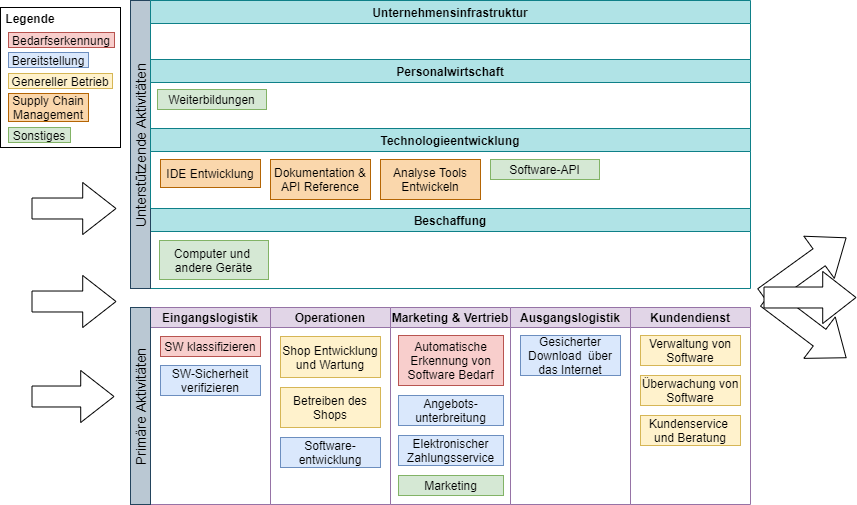
hesty98/bachelorthesis keeps this draw.io diagram as Ausarbeitung/text/pictures/konzept-wsk.png. Above is the earlier version. Source tidied: cells renumbered, new cells last; positions are measured from the earlier drawing's top-left corner, leaving out a move shared by most shapes.
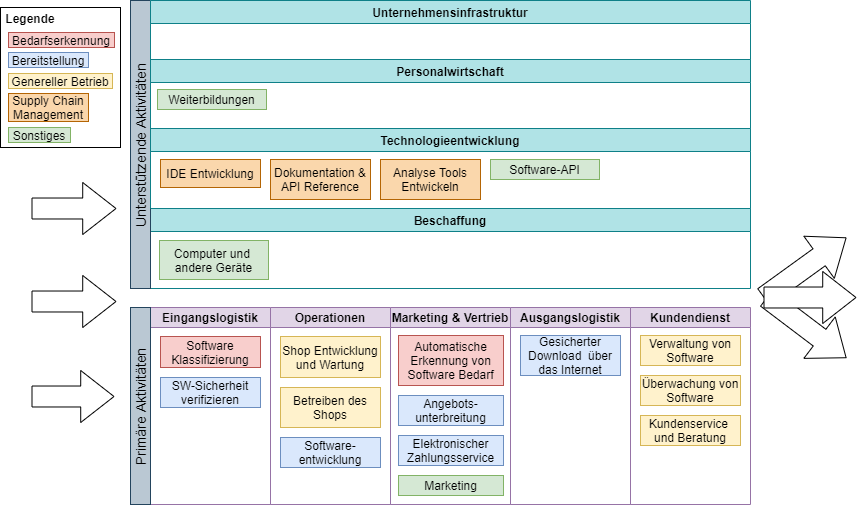
After the change.

What changed in the source:
```diff
@@ -54,7 +54,7 @@
       <mxGeometry x="-20" width="20" height="197" as="geometry" />
     </mxCell>
     <mxCell id="19" value="SW-Sicherheit&#10;verifizieren" style="rounded=0;fillColor=#dae8fc;strokeColor=#6c8ebf;" parent="17" vertex="1">
-      <mxGeometry x="10" y="58" width="100" height="30" as="geometry" />
+      <mxGeometry x="10" y="70" width="100" height="30" as="geometry" />
     </mxCell>
     <mxCell id="20" value="Operationen" style="swimlane;startSize=20;fillColor=#e1d5e7;strokeColor=#9673a6;" parent="1" vertex="1">
       <mxGeometry x="270" y="307" width="120" height="197" as="geometry" />
@@ -86,8 +86,8 @@
     <mxCell id="29" value="Verwaltung von&#10;Software" style="rounded=0;fillColor=#fff2cc;strokeColor=#d6b656;" parent="28" vertex="1">
       <mxGeometry x="10" y="28" width="100" height="30" as="geometry" />
     </mxCell>
-    <mxCell id="30" value="SW klassifizieren" style="rounded=0;fillColor=#f8cecc;strokeColor=#b85450;gradientDirection=west;" parent="1" vertex="1">
-      <mxGeometry x="160" y="336" width="100" height="20" as="geometry" />
+    <mxCell id="30" value="Software&#10;Klassifizierung" style="rounded=0;fillColor=#f8cecc;strokeColor=#b85450;gradientDirection=west;" parent="1" vertex="1">
+      <mxGeometry x="160" y="336" width="100" height="31" as="geometry" />
     </mxCell>
     <mxCell id="31" value="Überwachung von&#10;Software" style="rounded=0;fillColor=#fff2cc;strokeColor=#d6b656;" parent="1" vertex="1">
       <mxGeometry x="640" y="375" width="100" height="30" as="geometry" />
```
